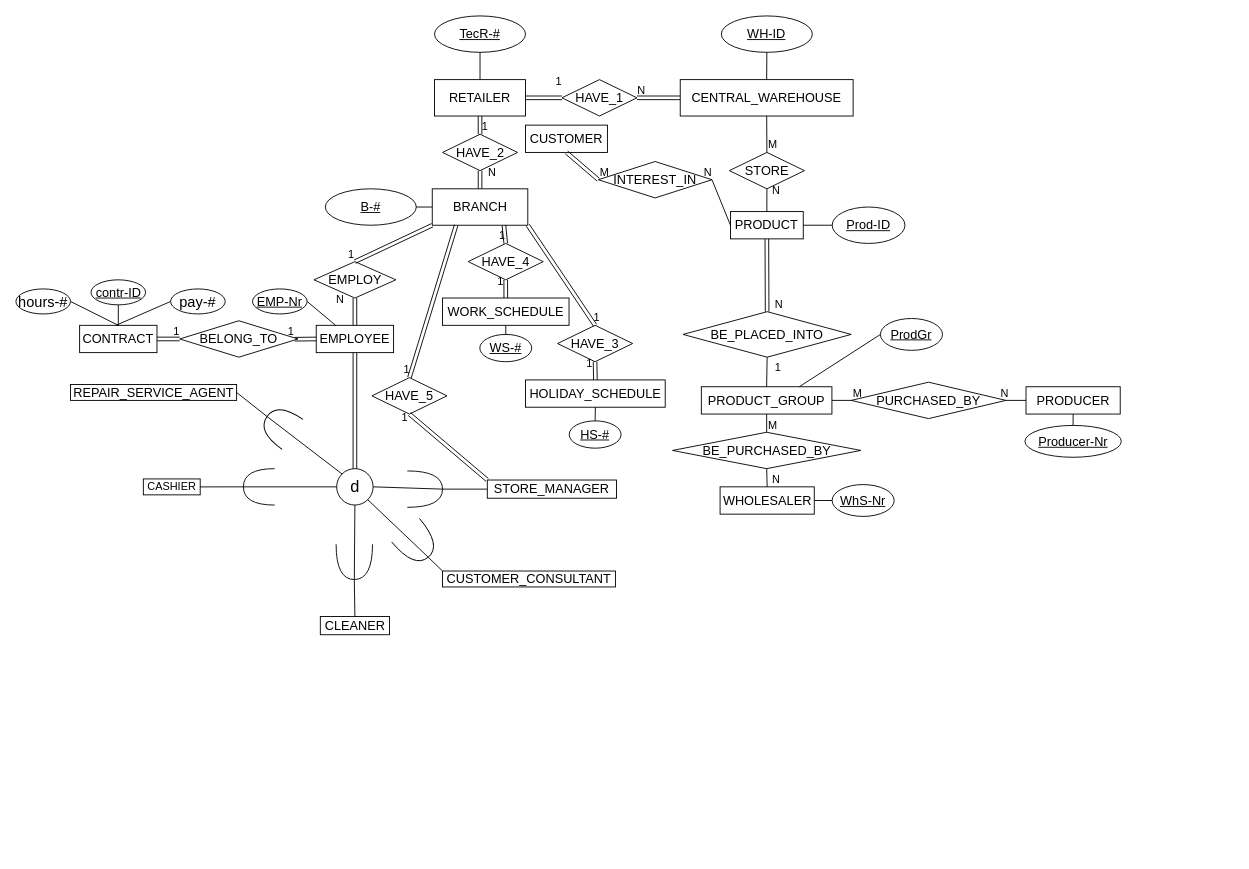
quangmnh/drawio keeps this draw.io diagram as eerdretailer.drawio. Above is the earlier version. Source tidied: cells renumbered, new cells numbered last; positions are measured from the earlier drawing's top-left corner, leaving out a move shared by most shapes. Both pictures are drawn from the tidied source at 91%, with x=0, y=0 at pixel (15, 15).
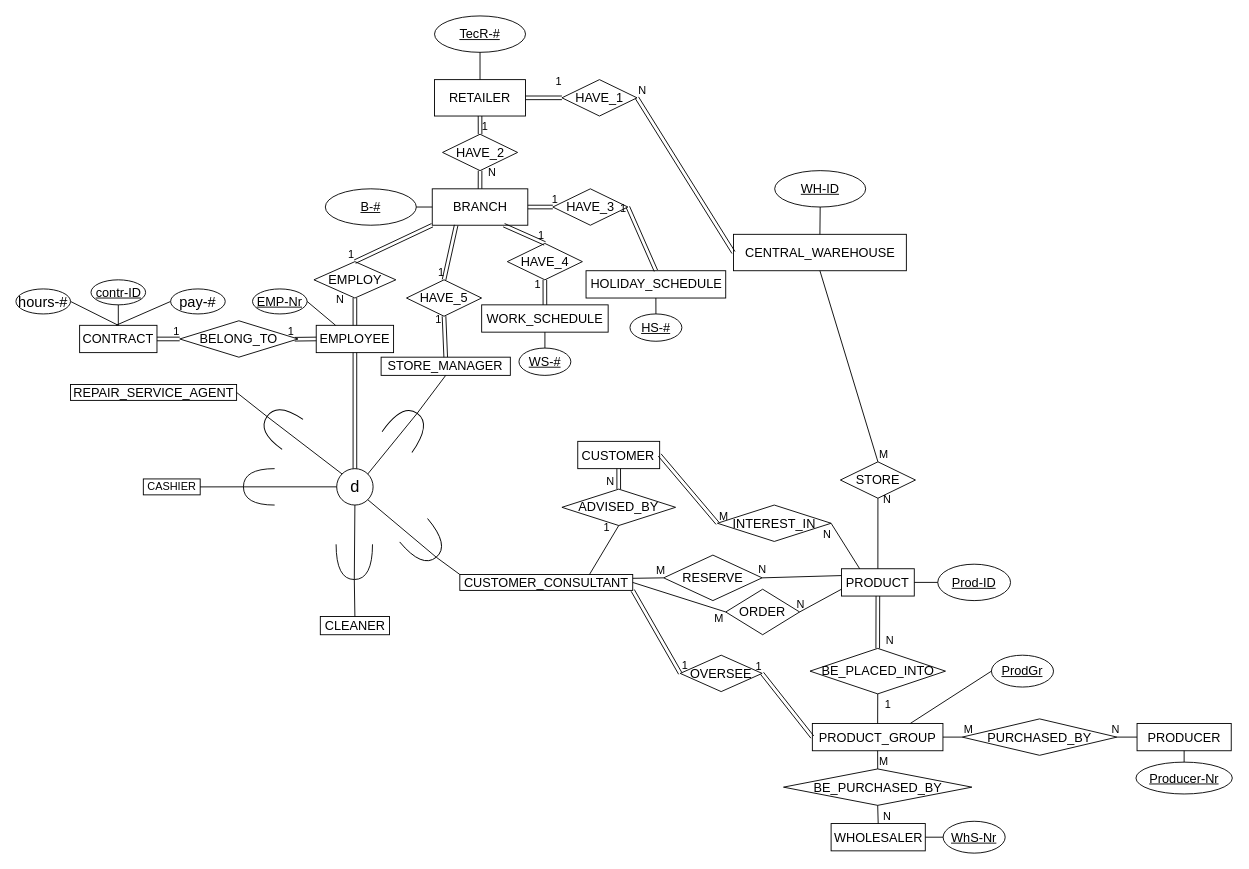
The same diagram, later.

The change refers to these unchanged cells:
```xml
<mxCell id="8" value="&lt;font style=&quot;font-size: 14px&quot;&gt;BRANCH&lt;/font&gt;" style="whiteSpace=wrap;html=1;align=center;" parent="1" vertex="1">
  <mxGeometry x="457.5" y="190" width="105" height="40" as="geometry" />
</mxCell>
<mxCell id="86" style="shape=link;html=1;rounded=0;exitX=0.5;exitY=0;exitDx=0;exitDy=0;entryX=0.5;entryY=1;entryDx=0;entryDy=0;" parent="1" edge="1" source="80" target="79">
  <mxGeometry relative="1" as="geometry" />
</mxCell>
<mxCell id="96" value="&lt;span style=&quot;font-size: 18px&quot;&gt;d&lt;/span&gt;" style="ellipse;whiteSpace=wrap;html=1;align=center;" parent="1" vertex="1">
  <mxGeometry x="352.5" y="497.5" width="40" height="40" as="geometry" />
</mxCell>
```

The edit, as a diff of the source:
```diff
@@
     <mxCell id="5" value="&lt;font style=&quot;font-size: 14px&quot;&gt;CENTRAL_WAREHOUSE&lt;/font&gt;" style="whiteSpace=wrap;html=1;align=center;" parent="1" vertex="1">
-      <mxGeometry x="730" y="70" width="190" height="40" as="geometry" />
+      <mxGeometry x="788.5" y="240" width="190" height="40" as="geometry" />
     </mxCell>
     <mxCell id="6" value="&lt;span style=&quot;font-size: 14px&quot;&gt;WH-ID&lt;/span&gt;" style="ellipse;whiteSpace=wrap;html=1;align=center;fontStyle=4;" parent="1" vertex="1">
-      <mxGeometry x="775.2" width="100" height="40" as="geometry" />
+      <mxGeometry x="833.8" y="170" width="100" height="40" as="geometry" />
     </mxCell>
@@
     <mxCell id="21" value="&lt;font style=&quot;font-size: 14px&quot;&gt;PRODUCT&lt;/font&gt;" style="whiteSpace=wrap;html=1;align=center;" parent="1" vertex="1">
-      <mxGeometry x="785.2" y="215" width="80" height="30" as="geometry" />
+      <mxGeometry x="907.2" y="607.5" width="80" height="30" as="geometry" />
     </mxCell>
     <mxCell id="22" value="&lt;font style=&quot;font-size: 14px&quot;&gt;STORE&lt;/font&gt;" style="shape=rhombus;perimeter=rhombusPerimeter;whiteSpace=wrap;html=1;align=center;" parent="1" vertex="1">
-      <mxGeometry x="784" y="150" width="82.5" height="40" as="geometry" />
+      <mxGeometry x="906" y="490" width="82.5" height="40" as="geometry" />
     </mxCell>
@@
     <mxCell id="27" value="&lt;span style=&quot;font-size: 14px&quot;&gt;Prod-ID&lt;/span&gt;" style="ellipse;whiteSpace=wrap;html=1;align=center;fontStyle=4;" parent="1" vertex="1">
-      <mxGeometry x="897" y="210" width="80" height="40" as="geometry" />
+      <mxGeometry x="1013" y="602.5" width="80" height="40" as="geometry" />
     </mxCell>
@@
     <mxCell id="29" value="&lt;font style=&quot;font-size: 14px&quot;&gt;BE_PLACED_INTO&lt;/font&gt;" style="shape=rhombus;perimeter=rhombusPerimeter;whiteSpace=wrap;html=1;align=center;" parent="1" vertex="1">
-      <mxGeometry x="733.1" y="325" width="184.8" height="50" as="geometry" />
+      <mxGeometry x="872.6" y="695" width="148.9" height="50" as="geometry" />
     </mxCell>
     <mxCell id="30" value="&lt;font style=&quot;font-size: 14px&quot;&gt;PRODUCT_GROUP&lt;/font&gt;" style="whiteSpace=wrap;html=1;align=center;" parent="1" vertex="1">
-      <mxGeometry x="753.2" y="407.5" width="143.5" height="30" as="geometry" />
+      <mxGeometry x="875.2" y="777.5" width="143.5" height="30" as="geometry" />
     </mxCell>
     <mxCell id="31" value="&lt;span style=&quot;font-size: 14px&quot;&gt;ProdGr&lt;/span&gt;" style="ellipse;whiteSpace=wrap;html=1;align=center;fontStyle=4;" parent="1" vertex="1">
-      <mxGeometry x="950" y="332.5" width="68.2" height="35" as="geometry" />
+      <mxGeometry x="1072" y="702.5" width="68.2" height="35" as="geometry" />
     </mxCell>
@@
     <mxCell id="37" value="&lt;span style=&quot;font-size: 14px&quot;&gt;WHOLESALER&lt;/span&gt;" style="whiteSpace=wrap;html=1;align=center;" parent="1" vertex="1">
-      <mxGeometry x="773.8" y="517.5" width="103.5" height="30" as="geometry" />
+      <mxGeometry x="895.8" y="887.5" width="103.5" height="30" as="geometry" />
     </mxCell>
     <mxCell id="38" value="&lt;span style=&quot;font-size: 14px&quot;&gt;PRODUCER&lt;/span&gt;" style="whiteSpace=wrap;html=1;align=center;" parent="1" vertex="1">
-      <mxGeometry x="1110" y="407.5" width="103.5" height="30" as="geometry" />
+      <mxGeometry x="1232" y="777.5" width="103.5" height="30" as="geometry" />
     </mxCell>
     <mxCell id="39" value="&lt;font style=&quot;font-size: 14px&quot;&gt;BE_PURCHASED_BY&lt;/font&gt;" style="shape=rhombus;perimeter=rhombusPerimeter;whiteSpace=wrap;html=1;align=center;" parent="1" vertex="1">
-      <mxGeometry x="721.5" y="457.5" width="207" height="40" as="geometry" />
+      <mxGeometry x="843.5" y="827.5" width="207" height="40" as="geometry" />
     </mxCell>
@@
     <mxCell id="48" value="&lt;span style=&quot;font-size: 14px&quot;&gt;WhS-Nr&lt;/span&gt;" style="ellipse;whiteSpace=wrap;html=1;align=center;fontStyle=4;" parent="1" vertex="1">
-      <mxGeometry x="896.9" y="515" width="68.2" height="35" as="geometry" />
+      <mxGeometry x="1018.9" y="885" width="68.2" height="35" as="geometry" />
     </mxCell>
@@
     <mxCell id="50" value="&lt;span style=&quot;font-size: 14px&quot;&gt;Producer-Nr&lt;/span&gt;" style="ellipse;whiteSpace=wrap;html=1;align=center;fontStyle=4;" parent="1" vertex="1">
-      <mxGeometry x="1108.8" y="450" width="105.9" height="35" as="geometry" />
+      <mxGeometry x="1230.8" y="820" width="105.9" height="35" as="geometry" />
     </mxCell>
@@
     <mxCell id="52" value="&lt;font style=&quot;font-size: 14px&quot;&gt;CUSTOMER&lt;/font&gt;" style="whiteSpace=wrap;html=1;align=center;" parent="1" vertex="1">
-      <mxGeometry x="560" y="120" width="90" height="30" as="geometry" />
+      <mxGeometry x="617.4" y="467.5" width="90" height="30" as="geometry" />
     </mxCell>
-    <mxCell id="53" value="&lt;font style=&quot;font-size: 14px&quot;&gt;INTEREST_IN&lt;/font&gt;" style="shape=rhombus;perimeter=rhombusPerimeter;whiteSpace=wrap;html=1;align=center;" parent="1" vertex="1">
-      <mxGeometry x="640" y="160" width="124.9" height="40" as="geometry" />
-    </mxCell>
-    <mxCell id="54" style="shape=link;html=1;rounded=0;entryX=0.5;entryY=1;entryDx=0;entryDy=0;exitX=0;exitY=0.5;exitDx=0;exitDy=0;" parent="1" edge="1" source="53" target="52">
+    <mxCell id="54" style="shape=link;html=1;rounded=0;entryX=1;entryY=0.5;entryDx=0;entryDy=0;exitX=0;exitY=0.5;exitDx=0;exitDy=0;" parent="1" edge="1" source="53" target="52">
       <mxGeometry relative="1" as="geometry" />
     </mxCell>
@@
-    <mxCell id="56" style="endArrow=none;html=1;rounded=0;entryX=1;entryY=0.5;entryDx=0;entryDy=0;exitX=0;exitY=0.5;exitDx=0;exitDy=0;" parent="1" edge="1" source="21" target="53">
+    <mxCell id="56" style="endArrow=none;html=1;rounded=0;exitX=0.25;exitY=0;exitDx=0;exitDy=0;startArrow=none;entryX=1;entryY=0.5;entryDx=0;entryDy=0;" parent="1" edge="1" source="21" target="53">
       <mxGeometry relative="1" as="geometry" />
     </mxCell>
     <mxCell id="57" value="N" style="html=1;align=right;verticalAlign=bottom;" parent="56" vertex="1">
-      <mxGeometry x="1" relative="1" as="geometry" />
+      <mxGeometry x="1" relative="1" as="geometry">
+        <mxPoint y="20" as="offset" />
+      </mxGeometry>
     </mxCell>
@@
     <mxCell id="78" value="&lt;font style=&quot;font-size: 14px&quot;&gt;HAVE_3&lt;/font&gt;" style="shape=rhombus;perimeter=rhombusPerimeter;whiteSpace=wrap;html=1;align=center;" parent="1" vertex="1">
-      <mxGeometry x="595.2" y="340" width="82.5" height="40" as="geometry" />
+      <mxGeometry x="590" y="190" width="82.5" height="40" as="geometry" />
     </mxCell>
     <mxCell id="79" value="&lt;font style=&quot;font-size: 14px&quot;&gt;HAVE_4&lt;/font&gt;" style="shape=rhombus;perimeter=rhombusPerimeter;whiteSpace=wrap;html=1;align=center;" parent="1" vertex="1">
-      <mxGeometry x="497" y="250" width="82.5" height="40" as="geometry" />
+      <mxGeometry x="540" y="250" width="82.5" height="40" as="geometry" />
     </mxCell>
     <mxCell id="80" value="&lt;font style=&quot;font-size: 14px&quot;&gt;WORK_SCHEDULE&lt;/font&gt;" style="whiteSpace=wrap;html=1;align=center;" parent="1" vertex="1">
-      <mxGeometry x="468.8" y="310" width="139" height="30" as="geometry" />
+      <mxGeometry x="511.8" y="317.5" width="139" height="30" as="geometry" />
     </mxCell>
     <mxCell id="81" value="&lt;font style=&quot;font-size: 14px&quot;&gt;HOLIDAY_SCHEDULE&lt;/font&gt;" style="whiteSpace=wrap;html=1;align=center;" parent="1" vertex="1">
-      <mxGeometry x="560" y="400" width="153.5" height="30" as="geometry" />
+      <mxGeometry x="626.5" y="280" width="153.5" height="30" as="geometry" />
     </mxCell>
@@
-    <mxCell id="84" style="shape=link;html=1;rounded=0;exitX=1;exitY=1;exitDx=0;exitDy=0;entryX=0.5;entryY=0;entryDx=0;entryDy=0;" parent="1" edge="1" source="8" target="78">
+    <mxCell id="84" style="shape=link;html=1;rounded=0;exitX=1;exitY=0.5;exitDx=0;exitDy=0;entryX=0;entryY=0.5;entryDx=0;entryDy=0;" parent="1" edge="1" source="8" target="78">
       <mxGeometry relative="1" as="geometry" />
     </mxCell>
@@
     <mxCell id="87" value="1" style="html=1;align=right;verticalAlign=bottom;" parent="86" vertex="1">
       <mxGeometry x="1" relative="1" as="geometry">
-        <mxPoint x="-2" y="10" as="offset" />
+        <mxPoint x="-4" y="14" as="offset" />
       </mxGeometry>
     </mxCell>
-    <mxCell id="88" style="shape=link;html=1;rounded=0;exitX=0.5;exitY=0;exitDx=0;exitDy=0;entryX=0.5;entryY=1;entryDx=0;entryDy=0;" parent="1" edge="1" source="81" target="78">
+    <mxCell id="88" style="shape=link;html=1;rounded=0;exitX=0.5;exitY=0;exitDx=0;exitDy=0;entryX=1;entryY=0.5;entryDx=0;entryDy=0;" parent="1" edge="1" source="81" target="78">
       <mxGeometry relative="1" as="geometry" />
     </mxCell>
@@
     <mxCell id="90" value="&lt;span style=&quot;font-size: 14px&quot;&gt;WS-#&lt;/span&gt;" style="ellipse;whiteSpace=wrap;html=1;align=center;fontStyle=4;" parent="1" vertex="1">
-      <mxGeometry x="509.8" y="350" width="57" height="30" as="geometry" />
+      <mxGeometry x="552.8" y="365" width="57" height="30" as="geometry" />
     </mxCell>
@@
     <mxCell id="92" value="&lt;span style=&quot;font-size: 14px&quot;&gt;HS-#&lt;/span&gt;" style="ellipse;whiteSpace=wrap;html=1;align=center;fontStyle=4;" parent="1" vertex="1">
-      <mxGeometry x="608" y="445" width="57" height="30" as="geometry" />
+      <mxGeometry x="674.8" y="327.5" width="57" height="30" as="geometry" />
     </mxCell>
@@
     <mxCell id="95" value="&lt;span style=&quot;font-size: 14px&quot;&gt;STORE_MANAGER&lt;/span&gt;" style="whiteSpace=wrap;html=1;align=center;" parent="1" vertex="1">
-      <mxGeometry x="518" y="510" width="142" height="20" as="geometry" />
+      <mxGeometry x="401.3" y="375" width="142" height="20" as="geometry" />
     </mxCell>
@@
-    <mxCell id="99" style="shape=requiredInterface;html=1;verticalLabelPosition=bottom;rotation=0;" parent="1" vertex="1">
-      <mxGeometry x="430.1" y="500" width="38.7" height="40" as="geometry" />
+    <mxCell id="99" style="shape=requiredInterface;html=1;verticalLabelPosition=bottom;rotation=-55;" parent="1" vertex="1">
+      <mxGeometry x="410.5" y="432.5" width="38.7" height="40" as="geometry" />
     </mxCell>
@@
-    <mxCell id="101" style="endArrow=none;html=1;rounded=0;exitX=1;exitY=0.5;exitDx=0;exitDy=0;exitPerimeter=0;entryX=0;entryY=0.5;entryDx=0;entryDy=0;" parent="1" edge="1" source="99" target="95">
+    <mxCell id="101" style="endArrow=none;html=1;rounded=0;exitX=1;exitY=0.5;exitDx=0;exitDy=0;exitPerimeter=0;entryX=0.5;entryY=1;entryDx=0;entryDy=0;" parent="1" edge="1" source="99" target="95">
       <mxGeometry relative="1" as="geometry" />
     </mxCell>
-    <mxCell id="102" style="endArrow=none;html=1;rounded=0;exitX=1;exitY=0.5;exitDx=0;exitDy=0;entryX=1;entryY=0.5;entryDx=0;entryDy=0;exitPerimeter=0;" parent="1" edge="1" source="99" target="96">
+    <mxCell id="102" style="endArrow=none;html=1;rounded=0;exitX=1;exitY=0.5;exitDx=0;exitDy=0;entryX=1;entryY=0;entryDx=0;entryDy=0;exitPerimeter=0;" parent="1" edge="1" source="99" target="96">
       <mxGeometry relative="1" as="geometry" />
     </mxCell>
@@
     <mxCell id="108" value="&lt;font style=&quot;font-size: 14px&quot;&gt;CUSTOMER_CONSULTANT&lt;/font&gt;" style="whiteSpace=wrap;html=1;align=center;" parent="1" vertex="1">
-      <mxGeometry x="468.8" y="610" width="190" height="17.5" as="geometry" />
+      <mxGeometry x="487.8" y="613.8" width="190" height="17.5" as="geometry" />
     </mxCell>
     <mxCell id="109" style="shape=requiredInterface;html=1;verticalLabelPosition=bottom;rotation=50;" parent="1" vertex="1">
-      <mxGeometry x="421.3" y="560" width="38.7" height="40" as="geometry" />
+      <mxGeometry x="430.1" y="560" width="38.7" height="40" as="geometry" />
     </mxCell>
@@
     <mxCell id="116" value="&lt;font style=&quot;font-size: 14px&quot;&gt;HAVE_5&lt;/font&gt;" style="shape=rhombus;perimeter=rhombusPerimeter;whiteSpace=wrap;html=1;align=center;" parent="1" vertex="1">
-      <mxGeometry x="391.2" y="397.5" width="82.5" height="40" as="geometry" />
+      <mxGeometry x="429.2" y="290" width="82.5" height="40" as="geometry" />
     </mxCell>
@@
-    <mxCell id="119" style="shape=link;html=1;rounded=0;exitX=0;exitY=0;exitDx=0;exitDy=0;entryX=0.5;entryY=1;entryDx=0;entryDy=0;" parent="1" edge="1" source="95" target="116">
+    <mxCell id="119" style="shape=link;html=1;rounded=0;exitX=0.5;exitY=0;exitDx=0;exitDy=0;entryX=0.5;entryY=1;entryDx=0;entryDy=0;" parent="1" edge="1" source="95" target="116">
       <mxGeometry relative="1" as="geometry" />
     </mxCell>
@@
     <mxCell id="121" value="&lt;font style=&quot;font-size: 14px&quot;&gt;PURCHASED_BY&lt;/font&gt;" style="shape=rhombus;perimeter=rhombusPerimeter;whiteSpace=wrap;html=1;align=center;" parent="1" vertex="1">
-      <mxGeometry x="917.9" y="402.5" width="170" height="40" as="geometry" />
+      <mxGeometry x="1039.9" y="772.5" width="170" height="40" as="geometry" />
     </mxCell>
+    <mxCell id="53" value="&lt;font style=&quot;font-size: 14px&quot;&gt;INTEREST_IN&lt;/font&gt;" style="shape=rhombus;perimeter=rhombusPerimeter;whiteSpace=wrap;html=1;align=center;" parent="1" vertex="1">
+      <mxGeometry x="770.9" y="537.5" width="124.9" height="40" as="geometry" />
+    </mxCell>
+    <mxCell id="122" value="&lt;font style=&quot;font-size: 14px&quot;&gt;ADVISED_BY&lt;/font&gt;" style="shape=rhombus;perimeter=rhombusPerimeter;whiteSpace=wrap;html=1;align=center;" parent="1" vertex="1">
+      <mxGeometry x="600" y="520" width="124.9" height="40" as="geometry" />
+    </mxCell>
+    <mxCell id="123" value="&lt;font style=&quot;font-size: 14px&quot;&gt;OVERSEE&lt;/font&gt;" style="shape=rhombus;perimeter=rhombusPerimeter;whiteSpace=wrap;html=1;align=center;" parent="1" vertex="1">
+      <mxGeometry x="730" y="702.5" width="90" height="40" as="geometry" />
+    </mxCell>
+    <mxCell id="124" style="shape=link;html=1;rounded=0;exitX=1;exitY=1;exitDx=0;exitDy=0;entryX=0;entryY=0.5;entryDx=0;entryDy=0;" parent="1" edge="1" source="108" target="123">
+      <mxGeometry relative="1" as="geometry" />
+    </mxCell>
+    <mxCell id="125" value="1" style="html=1;align=right;verticalAlign=bottom;" parent="124" vertex="1">
+      <mxGeometry x="1" relative="1" as="geometry">
+        <mxPoint x="9" as="offset" />
+      </mxGeometry>
+    </mxCell>
+    <mxCell id="126" style="shape=link;html=1;rounded=0;exitX=0;exitY=0.5;exitDx=0;exitDy=0;entryX=1;entryY=0.5;entryDx=0;entryDy=0;" parent="1" edge="1" source="30" target="123">
+      <mxGeometry relative="1" as="geometry" />
+    </mxCell>
+    <mxCell id="127" value="1" style="html=1;align=right;verticalAlign=bottom;" parent="126" vertex="1">
+      <mxGeometry x="1" relative="1" as="geometry" />
+    </mxCell>
+    <mxCell id="128" style="endArrow=none;html=1;rounded=0;exitX=0.75;exitY=0;exitDx=0;exitDy=0;entryX=0.5;entryY=1;entryDx=0;entryDy=0;" parent="1" edge="1" source="108" target="122">
+      <mxGeometry relative="1" as="geometry" />
+    </mxCell>
+    <mxCell id="129" value="1" style="html=1;align=right;verticalAlign=bottom;" parent="128" vertex="1">
+      <mxGeometry x="1" relative="1" as="geometry">
+        <mxPoint x="-10" y="11" as="offset" />
+      </mxGeometry>
+    </mxCell>
+    <mxCell id="130" style="shape=link;html=1;rounded=0;exitX=0.5;exitY=1;exitDx=0;exitDy=0;entryX=0.5;entryY=0;entryDx=0;entryDy=0;" parent="1" edge="1" source="52" target="122">
+      <mxGeometry relative="1" as="geometry" />
+    </mxCell>
+    <mxCell id="131" value="N" style="html=1;align=right;verticalAlign=bottom;" parent="130" vertex="1">
+      <mxGeometry x="1" relative="1" as="geometry">
+        <mxPoint x="-4" as="offset" />
+      </mxGeometry>
+    </mxCell>
+    <mxCell id="132" style="endArrow=none;html=1;rounded=0;exitX=0;exitY=0.5;exitDx=0;exitDy=0;" parent="1" edge="1" source="134">
+      <mxGeometry relative="1" as="geometry">
+        <mxPoint x="678" y="618" as="targetPoint" />
+      </mxGeometry>
+    </mxCell>
+    <mxCell id="133" value="M" style="html=1;align=left;verticalAlign=bottom;" parent="132" vertex="1">
+      <mxGeometry x="-1" relative="1" as="geometry">
+        <mxPoint x="-10" as="offset" />
+      </mxGeometry>
+    </mxCell>
+    <mxCell id="134" value="&lt;font style=&quot;font-size: 14px&quot;&gt;RESERVE&lt;/font&gt;" style="shape=rhombus;perimeter=rhombusPerimeter;whiteSpace=wrap;html=1;align=center;" parent="1" vertex="1">
+      <mxGeometry x="711.8" y="592.5" width="108.2" height="50" as="geometry" />
+    </mxCell>
+    <mxCell id="135" style="endArrow=none;html=1;rounded=0;exitX=0;exitY=0.25;exitDx=0;exitDy=0;entryX=1;entryY=0.5;entryDx=0;entryDy=0;" parent="1" edge="1" source="21" target="134">
+      <mxGeometry relative="1" as="geometry" />
+    </mxCell>
+    <mxCell id="136" value="N" style="html=1;align=right;verticalAlign=bottom;" parent="135" vertex="1">
+      <mxGeometry x="1" relative="1" as="geometry">
+        <mxPoint x="5" as="offset" />
+      </mxGeometry>
+    </mxCell>
+    <mxCell id="137" style="endArrow=none;html=1;rounded=0;exitX=0;exitY=0.5;exitDx=0;exitDy=0;entryX=1;entryY=0.5;entryDx=0;entryDy=0;" parent="1" edge="1" source="139" target="108">
+      <mxGeometry relative="1" as="geometry" />
+    </mxCell>
+    <mxCell id="138" value="M" style="html=1;align=left;verticalAlign=bottom;" parent="137" vertex="1">
+      <mxGeometry x="-1" relative="1" as="geometry">
+        <mxPoint x="-14" y="15" as="offset" />
+      </mxGeometry>
+    </mxCell>
+    <mxCell id="139" value="&lt;font style=&quot;font-size: 14px&quot;&gt;ORDER&lt;/font&gt;" style="shape=rhombus;perimeter=rhombusPerimeter;whiteSpace=wrap;html=1;align=center;" parent="1" vertex="1">
+      <mxGeometry x="780" y="630" width="81.2" height="50" as="geometry" />
+    </mxCell>
+    <mxCell id="140" style="endArrow=none;html=1;rounded=0;exitX=0;exitY=0.75;exitDx=0;exitDy=0;entryX=1;entryY=0.5;entryDx=0;entryDy=0;" parent="1" edge="1" source="21" target="139">
+      <mxGeometry relative="1" as="geometry" />
+    </mxCell>
+    <mxCell id="141" value="N" style="html=1;align=right;verticalAlign=bottom;" parent="140" vertex="1">
+      <mxGeometry x="1" relative="1" as="geometry">
+        <mxPoint x="5" as="offset" />
+      </mxGeometry>
+    </mxCell>
```
